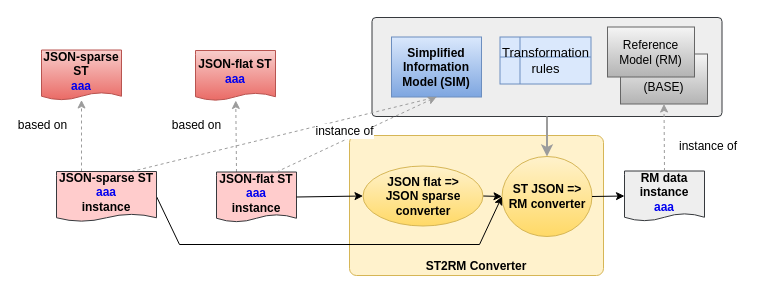
Above: docs/json_simplified_template/diagrams/simplified_template_data_conversion.drawio in openEHR/specifications-ITS-REST (draw.io), before the change. Source tidied: cells renumbered, new cells numbered last; positions are measured from the earlier drawing's top-left corner, leaving out a move shared by most shapes. Both pictures are drawn from the tidied source at 100%, with x=0, y=0 at pixel (41, 17).
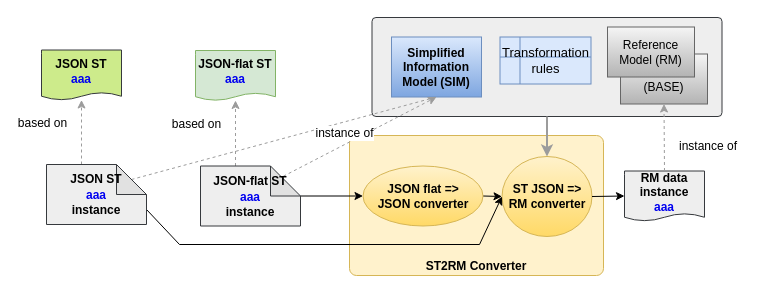
Above is the later version.

Commit message (it also covers changes not shown here):
Improve diagrams; add more transformation tables.

The change refers to these unchanged cells:
```xml
<mxCell id="5" value="Simplified Information&lt;br&gt;Model (SIM)" style="rounded=0;whiteSpace=wrap;html=1;fillColor=#dae8fc;strokeColor=#6c8ebf;fontStyle=1;gradientColor=#7ea6e0;" parent="1" vertex="1">
  <mxGeometry x="350" y="19.5" width="90" height="60" as="geometry" />
</mxCell>
<mxCell id="9" value="ST JSON =&amp;gt; RM converter" style="ellipse;whiteSpace=wrap;html=1;gradientColor=#ffd966;fillColor=#fff2cc;strokeColor=#d6b656;fontStyle=1;" parent="1" vertex="1">
  <mxGeometry x="460.5" y="139" width="90" height="80" as="geometry" />
</mxCell>
```

What changed in the source:
```diff
@@
-    <mxCell id="4" value="JSON-flat ST&lt;br&gt;&lt;font color=&quot;#0000f0&quot;&gt;aaa&lt;/font&gt;&lt;br&gt;" style="shape=document;whiteSpace=wrap;html=1;boundedLbl=1;size=0.15;fillColor=#f8cecc;strokeColor=#b85450;fontStyle=1;gradientColor=#ea6b66;" parent="1" vertex="1">
+    <mxCell id="4" value="JSON-flat ST&lt;br&gt;&lt;font color=&quot;#0000f0&quot;&gt;aaa&lt;/font&gt;&lt;br&gt;" style="shape=document;whiteSpace=wrap;html=1;boundedLbl=1;size=0.15;fillColor=#d5e8d4;strokeColor=#82b366;fontStyle=1;" parent="1" vertex="1">
       <mxGeometry x="154" y="33" width="80" height="50" as="geometry" />
     </mxCell>
@@
-    <mxCell id="6" style="rounded=0;jettySize=auto;html=1;exitX=0.25;exitY=0;exitDx=0;exitDy=0;dashed=1;strokeColor=#9C9C9C;" parent="1" edge="1" source="8" target="4">
+    <mxCell id="6" style="rounded=0;jettySize=auto;html=1;exitX=0;exitY=0;exitDx=35;exitDy=0;dashed=1;strokeColor=#9C9C9C;exitPerimeter=0;" parent="1" edge="1" source="8" target="4">
       <mxGeometry relative="1" as="geometry" />
     </mxCell>
@@
-    <mxCell id="8" value="JSON-flat ST&lt;br&gt;&lt;font color=&quot;#0000f0&quot;&gt;aaa&lt;br&gt;&lt;/font&gt;instance&lt;br&gt;" style="shape=document;whiteSpace=wrap;html=1;boundedLbl=1;size=0.15;fillColor=#ffcccc;strokeColor=#36393d;fontStyle=1;" parent="1" vertex="1">
-      <mxGeometry x="175" y="154.5" width="80" height="50" as="geometry" />
-    </mxCell>
@@
-    <mxCell id="10" style="edgeStyle=none;rounded=0;jettySize=auto;html=1;exitX=1;exitY=0.5;exitDx=0;exitDy=0;entryX=0;entryY=0.5;entryDx=0;entryDy=0;" parent="1" edge="1" source="8" target="24">
+    <mxCell id="10" style="edgeStyle=none;rounded=0;jettySize=auto;html=1;exitX=0;exitY=0;exitDx=100;exitDy=30;entryX=0;entryY=0.5;entryDx=0;entryDy=0;exitPerimeter=0;" parent="1" edge="1" source="8" target="24">
       <mxGeometry relative="1" as="geometry" />
     </mxCell>
@@
-    <mxCell id="17" value="JSON-sparse ST&lt;br&gt;&lt;font color=&quot;#0000f0&quot;&gt;aaa&lt;/font&gt;&lt;br&gt;" style="shape=document;whiteSpace=wrap;html=1;boundedLbl=1;size=0.15;fillColor=#f8cecc;strokeColor=#b85450;fontStyle=1;gradientColor=#ea6b66;" parent="1" vertex="1">
+    <mxCell id="17" value="JSON ST&lt;br&gt;&lt;font color=&quot;#0000f0&quot;&gt;aaa&lt;/font&gt;" style="shape=document;whiteSpace=wrap;html=1;boundedLbl=1;size=0.15;fillColor=#cdeb8b;strokeColor=#36393d;fontStyle=1;" parent="1" vertex="1">
       <mxGeometry y="32.5" width="80" height="50" as="geometry" />
     </mxCell>
-    <mxCell id="18" style="rounded=0;jettySize=auto;html=1;exitX=0.25;exitY=0;exitDx=0;exitDy=0;dashed=1;strokeColor=#9C9C9C;" parent="1" edge="1" source="22" target="17">
+    <mxCell id="18" style="rounded=0;jettySize=auto;html=1;exitX=0;exitY=0;exitDx=35;exitDy=0;dashed=1;strokeColor=#9C9C9C;exitPerimeter=0;" parent="1" edge="1" source="29" target="17">
       <mxGeometry relative="1" as="geometry" />
     </mxCell>
@@
-    <mxCell id="20" style="rounded=0;jettySize=auto;html=1;exitX=1;exitY=0.5;exitDx=0;exitDy=0;entryX=0;entryY=0.5;entryDx=0;entryDy=0;strokeColor=#000000;strokeWidth=1;" parent="1" edge="1" source="22" target="9">
+    <mxCell id="20" style="rounded=0;jettySize=auto;html=1;exitX=0;exitY=0;exitDx=100;exitDy=45;entryX=0;entryY=0.5;entryDx=0;entryDy=0;strokeColor=#000000;strokeWidth=1;exitPerimeter=0;" parent="1" edge="1" source="29" target="9">
       <mxGeometry relative="1" as="geometry">
         <Array as="points">
           <mxPoint x="138" y="227" />
           <mxPoint x="438" y="227" />
         </Array>
       </mxGeometry>
     </mxCell>
-    <mxCell id="21" style="edgeStyle=none;rounded=0;jettySize=auto;html=1;exitX=0.75;exitY=0;exitDx=0;exitDy=0;entryX=0.5;entryY=1;entryDx=0;entryDy=0;startArrow=none;startFill=0;endArrow=none;endFill=0;strokeColor=#9C9C9C;strokeWidth=1;fontSize=13;dashed=1;" parent="1" edge="1" source="22" target="5">
+    <mxCell id="21" style="edgeStyle=none;rounded=0;jettySize=auto;html=1;exitX=0;exitY=0;exitDx=85;exitDy=15;entryX=0.5;entryY=1;entryDx=0;entryDy=0;startArrow=none;startFill=0;endArrow=none;endFill=0;strokeColor=#9C9C9C;strokeWidth=1;fontSize=13;dashed=1;exitPerimeter=0;" parent="1" edge="1" source="29" target="5">
       <mxGeometry relative="1" as="geometry" />
     </mxCell>
-    <mxCell id="22" value="JSON-sparse ST&lt;br&gt;&lt;font color=&quot;#0000f0&quot;&gt;aaa&lt;br&gt;&lt;/font&gt;instance&lt;br&gt;" style="shape=document;whiteSpace=wrap;html=1;boundedLbl=1;size=0.15;fillColor=#ffcccc;strokeColor=#36393d;fontStyle=1;" parent="1" vertex="1">
-      <mxGeometry x="15" y="154" width="100" height="50" as="geometry" />
-    </mxCell>
@@
-    <mxCell id="24" value="JSON flat =&amp;gt; &lt;br&gt;JSON sparse converter" style="ellipse;whiteSpace=wrap;html=1;gradientColor=#ffd966;fillColor=#fff2cc;strokeColor=#d6b656;fontStyle=1;" parent="1" vertex="1">
+    <mxCell id="24" value="JSON flat =&amp;gt; &lt;br&gt;JSON converter" style="ellipse;whiteSpace=wrap;html=1;gradientColor=#ffd966;fillColor=#fff2cc;strokeColor=#d6b656;fontStyle=1;" parent="1" vertex="1">
       <mxGeometry x="321.5" y="148.5" width="120" height="60" as="geometry" />
     </mxCell>
@@
-    <mxCell id="27" style="rounded=0;jettySize=auto;html=1;exitX=0.75;exitY=0;exitDx=0;exitDy=0;dashed=1;strokeColor=#9C9C9C;entryX=0.5;entryY=1;entryDx=0;entryDy=0;" parent="1" edge="1" source="8" target="5">
+    <mxCell id="27" style="rounded=0;jettySize=auto;html=1;exitX=0.775;exitY=0.217;exitDx=0;exitDy=0;dashed=1;strokeColor=#9C9C9C;entryX=0.5;entryY=1;entryDx=0;entryDy=0;exitPerimeter=0;" parent="1" edge="1" source="8" target="5">
       <mxGeometry relative="1" as="geometry" />
     </mxCell>
@@
+    <mxCell id="29" value="&lt;span style=&quot;font-size: 12px ; font-weight: 700 ; white-space: normal&quot;&gt;JSON ST&lt;/span&gt;&lt;br style=&quot;font-size: 12px ; font-weight: 700 ; white-space: normal&quot;&gt;&lt;font color=&quot;#0000f0&quot; style=&quot;font-size: 12px ; font-weight: 700 ; white-space: normal&quot;&gt;aaa&lt;br&gt;&lt;/font&gt;&lt;span style=&quot;font-size: 12px ; font-weight: 700 ; white-space: normal&quot;&gt;instance&lt;/span&gt;" style="shape=note;whiteSpace=wrap;html=1;backgroundOutline=1;darkOpacity=0.05;fontSize=13;fillColor=#eeeeee;strokeColor=#36393d;" parent="1" vertex="1">
+      <mxGeometry x="5" y="147" width="100" height="60" as="geometry" />
+    </mxCell>
+    <mxCell id="8" value="&lt;span style=&quot;font-size: 12px ; font-weight: 700 ; white-space: normal&quot;&gt;JSON-flat ST&lt;/span&gt;&lt;br style=&quot;font-size: 12px ; font-weight: 700 ; white-space: normal&quot;&gt;&lt;font color=&quot;#0000f0&quot; style=&quot;font-size: 12px ; font-weight: 700 ; white-space: normal&quot;&gt;aaa&lt;br&gt;&lt;/font&gt;&lt;span style=&quot;font-size: 12px ; font-weight: 700 ; white-space: normal&quot;&gt;instance&lt;/span&gt;" style="shape=note;whiteSpace=wrap;html=1;backgroundOutline=1;darkOpacity=0.05;fontSize=13;fillColor=#eeeeee;strokeColor=#36393d;" parent="1" vertex="1">
+      <mxGeometry x="159" y="148.5" width="100" height="60" as="geometry" />
+    </mxCell>
```
